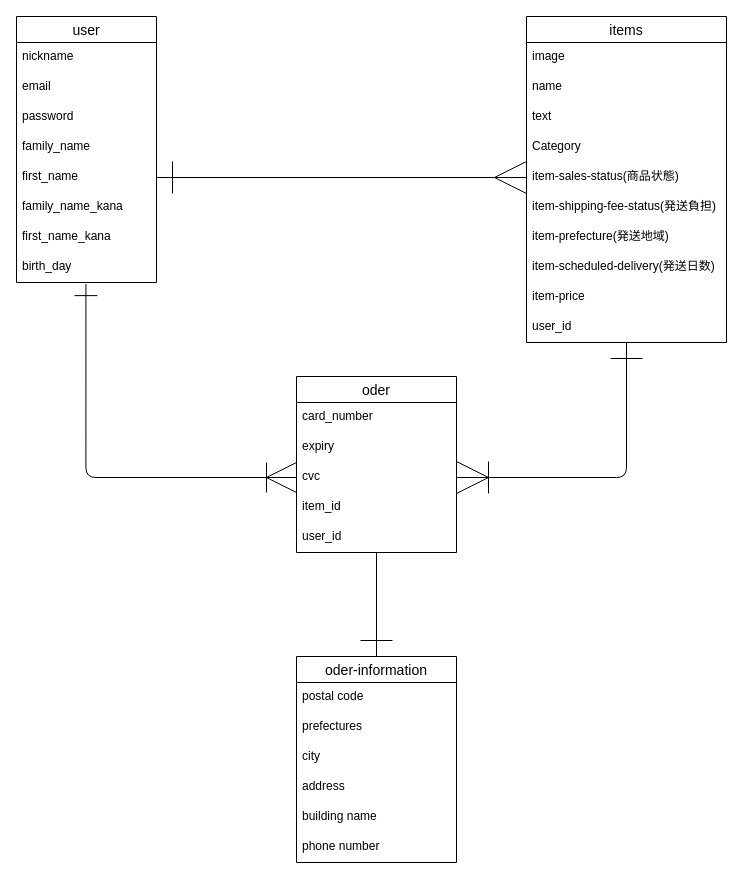
gtn-74/furima-39277 keeps this draw.io diagram as .dio. Above is the earlier version. Source tidied: cells renumbered, new cells numbered last; positions are measured from the earlier drawing's top-left corner, leaving out a move shared by most shapes. Both pictures are drawn from the tidied source at 100%, with x=0, y=0 at pixel (16, 16).
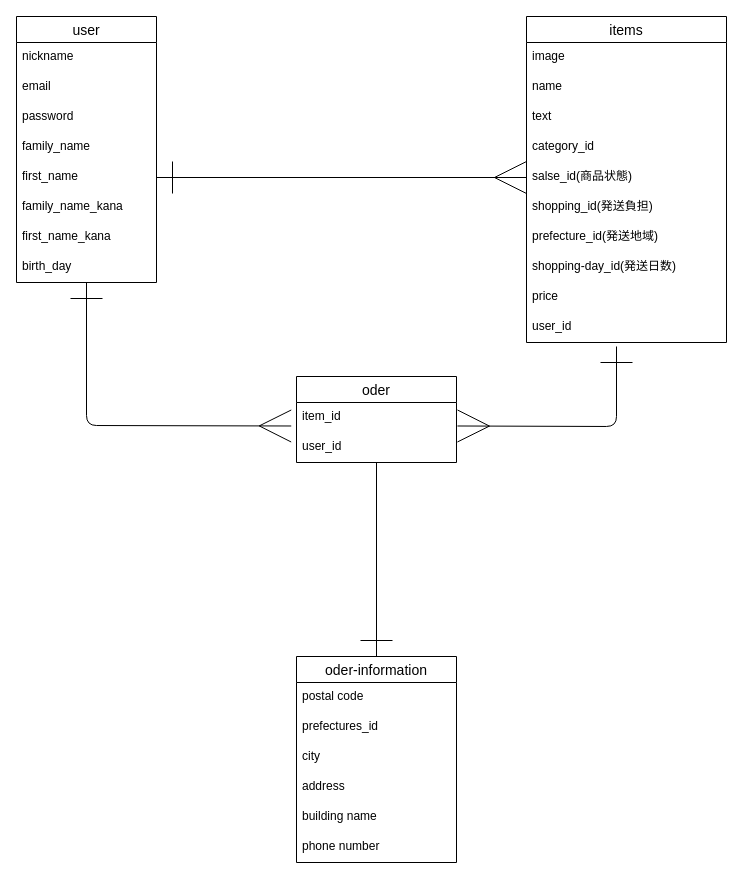
After the change.

Unchanged cells that the change refers to:
```xml
<mxCell id="2" value="user" style="swimlane;fontStyle=0;horizontal=1;startSize=26;align=center;fontSize=14;" parent="1" vertex="1">
  <mxGeometry width="140" height="266" as="geometry" />
</mxCell>
<mxCell id="10" value="birth_day" style="text;strokeColor=none;fillColor=none;spacingLeft=4;spacingRight=4;overflow=hidden;points=[[0,0.5],[1,0.5]];portConstraint=eastwest;fontSize=12;fontStyle=0;" parent="2" vertex="1">
  <mxGeometry y="236" width="140" height="30" as="geometry" />
</mxCell>
<mxCell id="12" value="items" style="swimlane;fontStyle=0;horizontal=1;startSize=26;align=center;fontSize=14;" parent="1" vertex="1">
  <mxGeometry x="510" width="200" height="326" as="geometry" />
</mxCell>
<mxCell id="30" value="oder-information" style="swimlane;fontStyle=0;horizontal=1;startSize=26;align=center;fontSize=14;" parent="1" vertex="1">
  <mxGeometry x="280" y="640" width="160" height="206" as="geometry" />
</mxCell>
```

What changed in the source:
```diff
@@
+    <mxCell id="39" style="edgeStyle=none;html=1;entryX=-0.033;entryY=0.783;entryDx=0;entryDy=0;entryPerimeter=0;startArrow=ERone;startFill=0;endArrow=ERmany;endFill=0;endSize=30;startSize=30;" parent="1" edge="1" source="2" target="28">
+      <mxGeometry relative="1" as="geometry">
+        <Array as="points">
+          <mxPoint x="70" y="409" />
+        </Array>
+      </mxGeometry>
+    </mxCell>
@@
-    <mxCell id="11" style="edgeStyle=orthogonalEdgeStyle;jumpStyle=arc;jumpSize=16;html=1;strokeColor=default;strokeWidth=1;startArrow=ERone;startFill=0;endArrow=ERoneToMany;endFill=0;startSize=30;endSize=30;entryX=1;entryY=0.5;entryDx=0;entryDy=0;" parent="1" edge="1" source="12" target="27">
-      <mxGeometry relative="1" as="geometry">
-        <Array as="points">
-          <mxPoint x="610" y="461" />
-        </Array>
-      </mxGeometry>
-    </mxCell>
+    <mxCell id="40" style="edgeStyle=none;html=1;startArrow=ERone;startFill=0;endArrow=ERmany;endFill=0;startSize=30;endSize=30;entryX=1.006;entryY=0.783;entryDx=0;entryDy=0;entryPerimeter=0;" parent="1" edge="1" target="28">
+      <mxGeometry relative="1" as="geometry">
+        <mxPoint x="600" y="330" as="sourcePoint" />
+        <Array as="points">
+          <mxPoint x="600" y="410" />
+        </Array>
+      </mxGeometry>
+    </mxCell>
@@
-    <mxCell id="16" value="Category" style="text;strokeColor=none;fillColor=none;spacingLeft=4;spacingRight=4;overflow=hidden;fontSize=12;" parent="12" vertex="1">
+    <mxCell id="16" value="category_id" style="text;strokeColor=none;fillColor=none;spacingLeft=4;spacingRight=4;overflow=hidden;fontSize=12;" parent="12" vertex="1">
       <mxGeometry y="116" width="200" height="30" as="geometry" />
     </mxCell>
-    <mxCell id="17" value="item-sales-status(商品状態)" style="text;strokeColor=none;fillColor=none;spacingLeft=4;spacingRight=4;overflow=hidden;points=[[0,0.5],[1,0.5]];portConstraint=eastwest;fontSize=12;" parent="12" vertex="1">
+    <mxCell id="17" value="salse_id(商品状態)" style="text;strokeColor=none;fillColor=none;spacingLeft=4;spacingRight=4;overflow=hidden;points=[[0,0.5],[1,0.5]];portConstraint=eastwest;fontSize=12;" parent="12" vertex="1">
       <mxGeometry y="146" width="200" height="30" as="geometry" />
     </mxCell>
-    <mxCell id="18" value="item-shipping-fee-status(発送負担)" style="text;strokeColor=none;fillColor=none;spacingLeft=4;spacingRight=4;overflow=hidden;fontSize=12;" parent="12" vertex="1">
+    <mxCell id="18" value="shopping_id(発送負担)" style="text;strokeColor=none;fillColor=none;spacingLeft=4;spacingRight=4;overflow=hidden;fontSize=12;" parent="12" vertex="1">
       <mxGeometry y="176" width="200" height="30" as="geometry" />
     </mxCell>
-    <mxCell id="19" value="item-prefecture(発送地域)&#10;" style="text;strokeColor=none;fillColor=none;spacingLeft=4;spacingRight=4;overflow=hidden;fontSize=12;" parent="12" vertex="1">
+    <mxCell id="19" value="prefecture_id(発送地域)" style="text;strokeColor=none;fillColor=none;spacingLeft=4;spacingRight=4;overflow=hidden;fontSize=12;" parent="12" vertex="1">
       <mxGeometry y="206" width="200" height="30" as="geometry" />
     </mxCell>
-    <mxCell id="20" value="item-scheduled-delivery(発送日数)" style="text;strokeColor=none;fillColor=none;spacingLeft=4;spacingRight=4;overflow=hidden;fontSize=12;" parent="12" vertex="1">
+    <mxCell id="20" value="shopping-day_id(発送日数)" style="text;strokeColor=none;fillColor=none;spacingLeft=4;spacingRight=4;overflow=hidden;fontSize=12;" parent="12" vertex="1">
       <mxGeometry y="236" width="200" height="30" as="geometry" />
     </mxCell>
-    <mxCell id="21" value="item-price" style="text;strokeColor=none;fillColor=none;spacingLeft=4;spacingRight=4;overflow=hidden;fontSize=12;" parent="12" vertex="1">
+    <mxCell id="21" value="price" style="text;strokeColor=none;fillColor=none;spacingLeft=4;spacingRight=4;overflow=hidden;fontSize=12;" parent="12" vertex="1">
       <mxGeometry y="266" width="200" height="30" as="geometry" />
     </mxCell>
@@
     <mxCell id="24" value="oder" style="swimlane;fontStyle=0;horizontal=1;startSize=26;align=center;fontSize=14;" parent="1" vertex="1">
-      <mxGeometry x="280" y="360" width="160" height="176" as="geometry" />
+      <mxGeometry x="280" y="360" width="160" height="86" as="geometry" />
     </mxCell>
-    <mxCell id="25" value="card_number" style="text;strokeColor=none;fillColor=none;spacingLeft=4;spacingRight=4;overflow=hidden;fontSize=12;" parent="24" vertex="1">
-      <mxGeometry y="26" width="160" height="30" as="geometry" />
-    </mxCell>
-    <mxCell id="26" value="expiry" style="text;strokeColor=none;fillColor=none;spacingLeft=4;spacingRight=4;overflow=hidden;fontSize=12;" parent="24" vertex="1">
-      <mxGeometry y="56" width="160" height="30" as="geometry" />
-    </mxCell>
-    <mxCell id="27" value="cvc" style="text;strokeColor=none;fillColor=none;spacingLeft=4;spacingRight=4;overflow=hidden;points=[[0,0.5],[1,0.5]];portConstraint=eastwest;fontSize=12;" parent="24" vertex="1">
-      <mxGeometry y="86" width="160" height="30" as="geometry" />
-    </mxCell>
     <mxCell id="28" value="item_id" style="text;strokeColor=none;fillColor=none;spacingLeft=4;spacingRight=4;overflow=hidden;points=[[0,0.5],[1,0.5]];portConstraint=eastwest;fontSize=12;" parent="24" vertex="1">
-      <mxGeometry y="116" width="160" height="30" as="geometry" />
+      <mxGeometry y="26" width="160" height="30" as="geometry" />
     </mxCell>
     <mxCell id="29" value="user_id" style="text;strokeColor=none;fillColor=none;spacingLeft=4;spacingRight=4;overflow=hidden;fontSize=12;" parent="24" vertex="1">
-      <mxGeometry y="146" width="160" height="30" as="geometry" />
+      <mxGeometry y="56" width="160" height="30" as="geometry" />
     </mxCell>
@@
-    <mxCell id="32" value="prefectures" style="text;strokeColor=none;fillColor=none;spacingLeft=4;spacingRight=4;overflow=hidden;fontSize=12;" parent="30" vertex="1">
+    <mxCell id="32" value="prefectures_id" style="text;strokeColor=none;fillColor=none;spacingLeft=4;spacingRight=4;overflow=hidden;fontSize=12;" parent="30" vertex="1">
       <mxGeometry y="56" width="160" height="30" as="geometry" />
     </mxCell>
@@
-    <mxCell id="38" style="edgeStyle=orthogonalEdgeStyle;html=1;entryX=0;entryY=0.5;entryDx=0;entryDy=0;endArrow=ERoneToMany;endFill=0;endSize=28;exitX=0.496;exitY=1.054;exitDx=0;exitDy=0;exitPerimeter=0;startArrow=ERone;startFill=0;startSize=21;jumpSize=16;jumpStyle=arc;" parent="1" edge="1" source="10" target="27">
-      <mxGeometry relative="1" as="geometry">
-        <Array as="points">
-          <mxPoint x="69" y="461" />
-        </Array>
-      </mxGeometry>
-    </mxCell>
```
